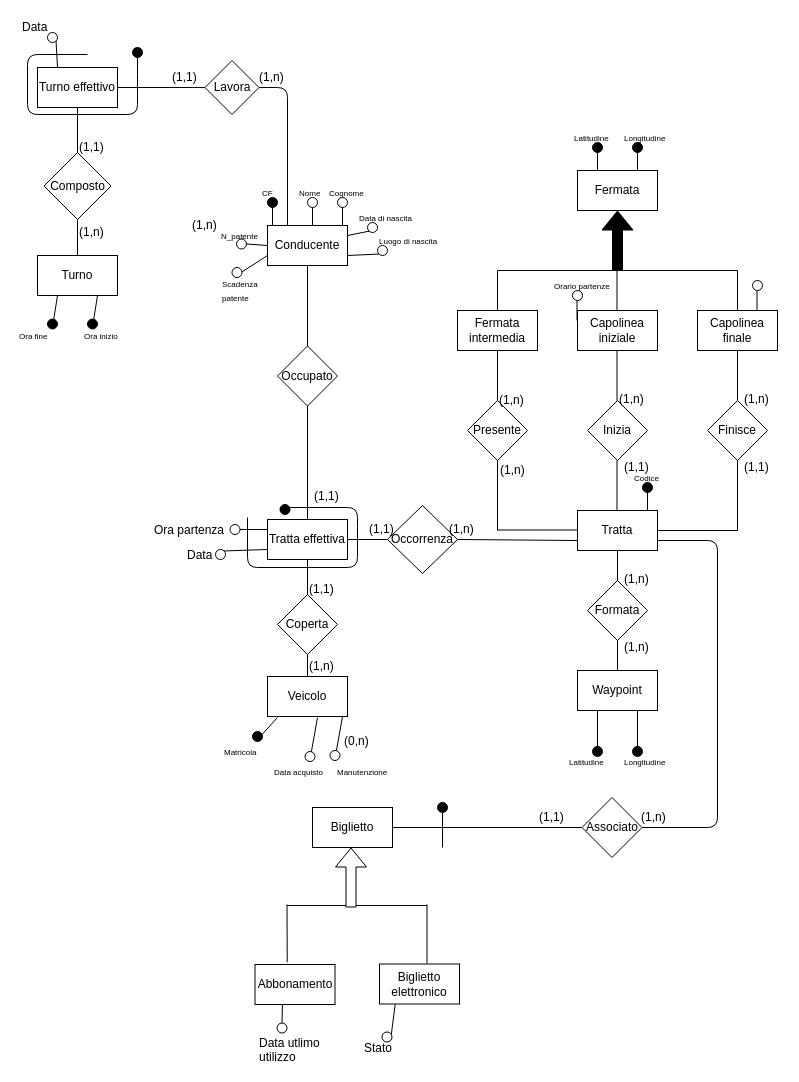
Above: ER ristrutturato.drawio in Ivan-Palm/Progetto-Basi-di-Dati (draw.io), before the change. Source tidied: cells renumbered, new cells numbered last; positions are measured from the earlier drawing's top-left corner, leaving out a move shared by most shapes. Both pictures are drawn from the tidied source at 100%, with x=0, y=0 at pixel (17, 17).
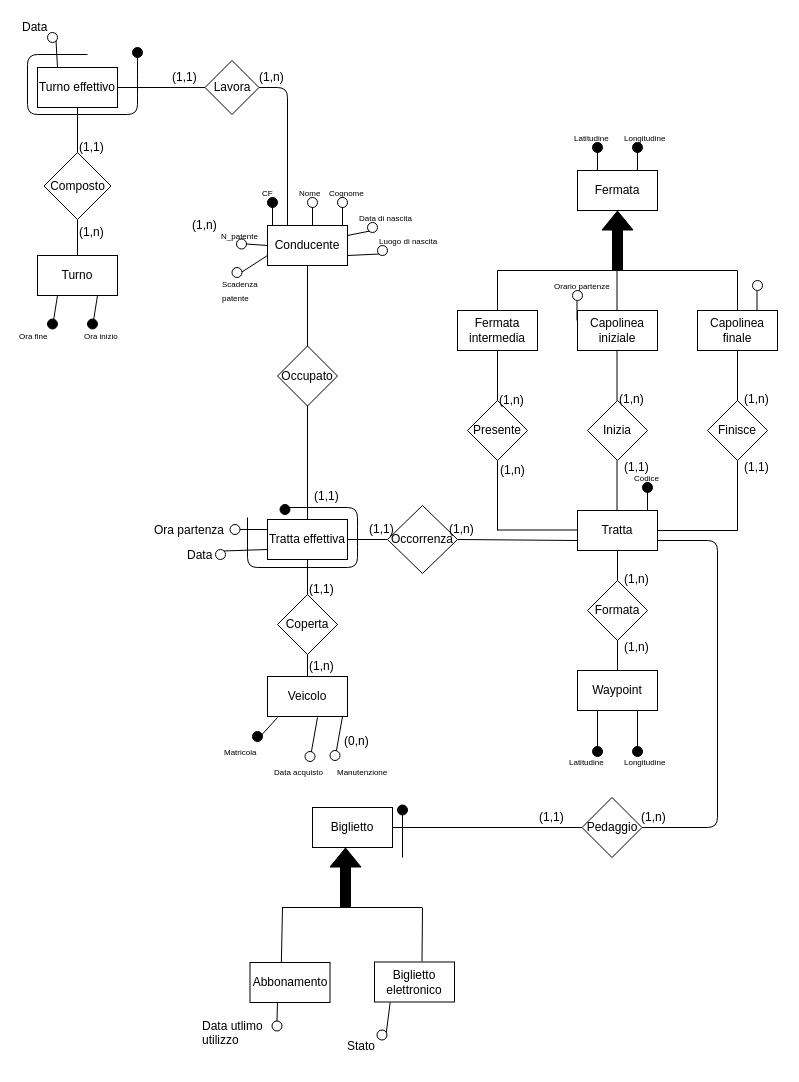
The same diagram, later.

Commit message:
Aggiornato Modello ER.jpeg

The edit, as a diff of the source:
```diff
@@
     <mxCell id="135" value="Biglietto elettronico" style="rounded=0;whiteSpace=wrap;html=1;" parent="1" vertex="1">
-      <mxGeometry x="362" y="946.5" width="80" height="40" as="geometry" />
+      <mxGeometry x="357" y="944.5" width="80" height="40" as="geometry" />
     </mxCell>
     <mxCell id="136" value="Abbonamento" style="rounded=0;whiteSpace=wrap;html=1;" parent="1" vertex="1">
-      <mxGeometry x="237.5" y="947" width="80" height="40" as="geometry" />
+      <mxGeometry x="232.5" y="945" width="80" height="40" as="geometry" />
     </mxCell>
@@
     <mxCell id="138" style="ellipse;whiteSpace=wrap;html=1;fillColor=#FFFFFF;" parent="1" vertex="1">
-      <mxGeometry x="259.5" y="1005.5" width="10" height="10" as="geometry" />
+      <mxGeometry x="254.5" y="1003.5" width="10" height="10" as="geometry" />
     </mxCell>
     <mxCell id="139" value="&lt;div&gt;Data utlimo &lt;br&gt;&lt;/div&gt;&lt;div&gt;utilizzo&lt;br&gt;&lt;/div&gt;" style="text;html=1;align=left;verticalAlign=top;spacingTop=-4;" parent="1" vertex="1">
-      <mxGeometry x="239.5" y="1015.5" width="70" height="30" as="geometry" />
+      <mxGeometry x="183" y="998.5" width="70" height="30" as="geometry" />
     </mxCell>
@@
     <mxCell id="141" value="Stato" style="text;html=1;align=left;verticalAlign=top;spacingTop=-4;" parent="1" vertex="1">
-      <mxGeometry x="345" y="1020.5" width="40" height="20" as="geometry" />
+      <mxGeometry x="327.5" y="1018.5" width="40" height="20" as="geometry" />
     </mxCell>
     <mxCell id="142" style="ellipse;whiteSpace=wrap;html=1;fillColor=#FFFFFF;" parent="1" vertex="1">
-      <mxGeometry x="364.5" y="1014.5" width="10" height="10" as="geometry" />
+      <mxGeometry x="359.5" y="1012.5" width="10" height="10" as="geometry" />
     </mxCell>
     <mxCell id="143" style="endArrow=none;html=1;" parent="1" edge="1">
       <mxGeometry relative="1" as="geometry">
-        <mxPoint x="269.5" y="888" as="sourcePoint" />
-        <mxPoint x="409.5" y="888" as="targetPoint" />
+        <mxPoint x="264.5" y="890" as="sourcePoint" />
+        <mxPoint x="404.5" y="890" as="targetPoint" />
       </mxGeometry>
     </mxCell>
-    <mxCell id="144" style="shape=flexArrow;endArrow=classic;html=1;entryX=0.5;entryY=1;entryDx=0;entryDy=0;fillColor=#FFFFFF;" parent="1" edge="1">
+    <mxCell id="144" style="shape=flexArrow;endArrow=classic;html=1;entryX=0.5;entryY=1;entryDx=0;entryDy=0;fillColor=#000000;" parent="1" edge="1">
       <mxGeometry relative="1" as="geometry">
-        <mxPoint x="333.5" y="890" as="sourcePoint" />
-        <mxPoint x="333.5" y="830" as="targetPoint" />
+        <mxPoint x="328" y="890" as="sourcePoint" />
+        <mxPoint x="328" y="830" as="targetPoint" />
       </mxGeometry>
     </mxCell>
-    <mxCell id="145" style="endArrow=none;html=1;fillColor=#000000;entryX=0.5;entryY=1;entryDx=0;entryDy=0;" parent="1" edge="1">
+    <mxCell id="145" style="endArrow=none;html=1;fillColor=#000000;" parent="1" edge="1">
       <mxGeometry relative="1" as="geometry">
-        <mxPoint x="409.5" y="946" as="sourcePoint" />
-        <mxPoint x="409.5" y="887" as="targetPoint" />
+        <mxPoint x="404.5" y="944" as="sourcePoint" />
+        <mxPoint x="405" y="890" as="targetPoint" />
       </mxGeometry>
     </mxCell>
-    <mxCell id="146" style="endArrow=none;html=1;fillColor=#000000;entryX=0.5;entryY=1;entryDx=0;entryDy=0;exitX=0.403;exitY=-0.053;exitDx=0;exitDy=0;exitPerimeter=0;" parent="1" edge="1" source="136">
+    <mxCell id="146" style="endArrow=none;html=1;fillColor=#000000;exitX=0.392;exitY=0.005;exitDx=0;exitDy=0;exitPerimeter=0;" parent="1" edge="1" source="136">
       <mxGeometry relative="1" as="geometry">
-        <mxPoint x="269.5" y="887" as="targetPoint" />
+        <mxPoint x="265" y="890" as="targetPoint" />
       </mxGeometry>
     </mxCell>
@@
-    <mxCell id="148" value="Associato" style="rhombus;whiteSpace=wrap;html=1;" parent="1" vertex="1">
+    <mxCell id="148" value="Pedaggio" style="rhombus;whiteSpace=wrap;html=1;" parent="1" vertex="1">
       <mxGeometry x="564.5" y="780" width="60" height="60" as="geometry" />
     </mxCell>
@@
     <mxCell id="153" style="endArrow=none;html=1;fillColor=#000000;exitX=0.5;exitY=1;exitDx=0;exitDy=0;" parent="1" edge="1" source="154">
       <mxGeometry relative="1" as="geometry">
-        <mxPoint x="425" y="830" as="targetPoint" />
+        <mxPoint x="385" y="840" as="targetPoint" />
+        <Array as="points">
+          <mxPoint x="385" y="840" />
+        </Array>
       </mxGeometry>
     </mxCell>
     <mxCell id="154" style="ellipse;whiteSpace=wrap;html=1;fillColor=#000000;" parent="1" vertex="1">
-      <mxGeometry x="420" y="785" width="10" height="10" as="geometry" />
+      <mxGeometry x="380" y="787.5" width="10" height="10" as="geometry" />
     </mxCell>
```
